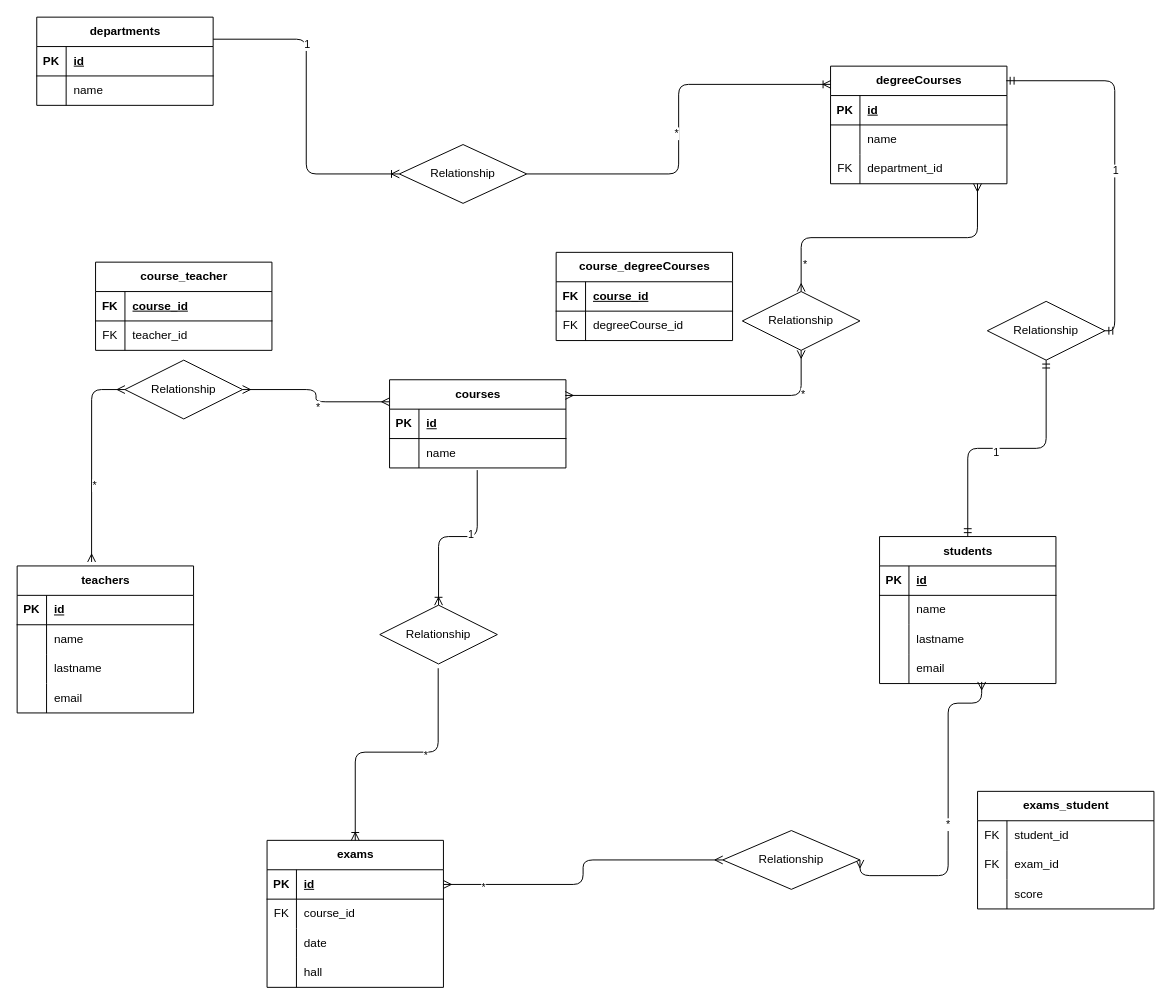
The draw.io diagram university.DRAWIO in NavodContrath/db-university, before the edit. Source tidied: cells renumbered, new cells numbered last; positions are measured from the earlier drawing's top-left corner, leaving out a move shared by most shapes. Both pictures are drawn from the tidied source at 98%, with x=0, y=0 at pixel (17, 17).
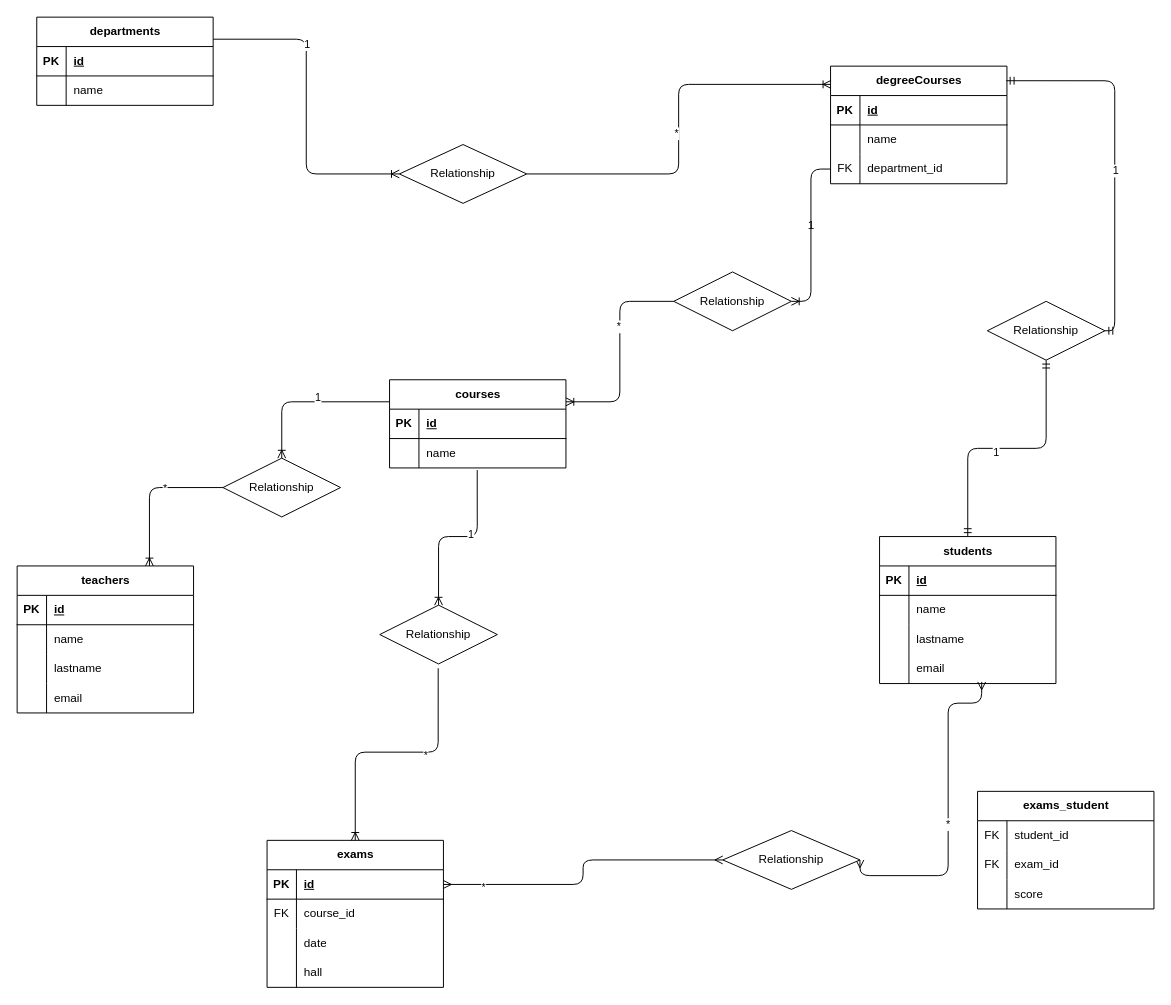
After the change.

Commit message:
feat: update university diagram to reflect new relationships and remove deprecated entities

The change refers to these unchanged cells:
```xml
<mxCell id="16" style="shape=tableRow;horizontal=0;startSize=0;swimlaneHead=0;swimlaneBody=0;fillColor=none;points=[[0,0.5],[1,0.5]];portConstraint=eastwest;top=0;left=0;right=0;bottom=0;" parent="9" vertex="1">
  <mxGeometry y="90" width="180" height="30" as="geometry" />
</mxCell>
<mxCell id="19" value="courses" style="shape=table;startSize=30;childLayout=tableLayout;rowLines=0;fontStyle=1;align=center;html=1;" parent="1" vertex="1">
  <mxGeometry x="380" y="370" width="180" height="90" as="geometry" />
</mxCell>
<mxCell id="33" value="teachers" style="shape=table;startSize=30;childLayout=tableLayout;rowLines=0;fontStyle=1;align=center;html=1;" parent="1" vertex="1">
  <mxGeometry y="560" width="180" height="150" as="geometry" />
</mxCell>
```

The edit, as a diff of the source:
```diff
@@
-    <mxCell id="26" value="course_degreeCourses" style="shape=table;startSize=30;childLayout=tableLayout;rowLines=0;fontStyle=1;align=center;html=1;" parent="1" vertex="1">
-      <mxGeometry x="550" y="240" width="180" height="90" as="geometry" />
-    </mxCell>
-    <mxCell id="27" style="shape=tableRow;horizontal=0;startSize=0;swimlaneHead=0;swimlaneBody=0;fillColor=none;top=0;left=0;right=0;bottom=1;" parent="26" vertex="1">
-      <mxGeometry y="30" width="180" height="30" as="geometry" />
-    </mxCell>
-    <mxCell id="28" value="FK" style="shape=partialRectangle;fillColor=none;top=0;left=0;bottom=0;right=0;fontStyle=1;overflow=hidden;whiteSpace=wrap;html=1;" parent="27" vertex="1">
-      <mxGeometry width="30" height="30" as="geometry" />
-    </mxCell>
-    <mxCell id="29" value="course_id" style="shape=partialRectangle;fillColor=none;top=0;left=0;bottom=0;right=0;align=left;spacingLeft=6;fontStyle=5;overflow=hidden;whiteSpace=wrap;html=1;" parent="27" vertex="1">
-      <mxGeometry x="30" width="150" height="30" as="geometry" />
-    </mxCell>
-    <mxCell id="30" style="shape=tableRow;horizontal=0;startSize=0;swimlaneHead=0;swimlaneBody=0;fillColor=none;top=0;left=0;right=0;bottom=0;" parent="26" vertex="1">
-      <mxGeometry y="60" width="180" height="30" as="geometry" />
-    </mxCell>
-    <mxCell id="31" value="FK" style="shape=partialRectangle;fillColor=none;top=0;left=0;bottom=0;right=0;overflow=hidden;whiteSpace=wrap;html=1;" parent="30" vertex="1">
-      <mxGeometry width="30" height="30" as="geometry" />
-    </mxCell>
-    <mxCell id="32" value="degreeCourse_id" style="shape=partialRectangle;fillColor=none;top=0;left=0;bottom=0;right=0;align=left;spacingLeft=6;overflow=hidden;whiteSpace=wrap;html=1;" parent="30" vertex="1">
-      <mxGeometry x="30" width="150" height="30" as="geometry" />
-    </mxCell>
@@
-    <mxCell id="59" value="course_teacher" style="shape=table;startSize=30;childLayout=tableLayout;rowLines=0;fontStyle=1;align=center;html=1;" parent="1" vertex="1">
-      <mxGeometry x="80" y="250" width="180" height="90" as="geometry" />
-    </mxCell>
-    <mxCell id="60" style="shape=tableRow;horizontal=0;startSize=0;swimlaneHead=0;swimlaneBody=0;fillColor=none;top=0;left=0;right=0;bottom=1;" parent="59" vertex="1">
-      <mxGeometry y="30" width="180" height="30" as="geometry" />
-    </mxCell>
-    <mxCell id="61" value="FK" style="shape=partialRectangle;fillColor=none;top=0;left=0;bottom=0;right=0;fontStyle=1;overflow=hidden;whiteSpace=wrap;html=1;" parent="60" vertex="1">
-      <mxGeometry width="30" height="30" as="geometry" />
-    </mxCell>
-    <mxCell id="62" value="course_id" style="shape=partialRectangle;fillColor=none;top=0;left=0;bottom=0;right=0;align=left;spacingLeft=6;fontStyle=5;overflow=hidden;whiteSpace=wrap;html=1;" parent="60" vertex="1">
-      <mxGeometry x="30" width="150" height="30" as="geometry" />
-    </mxCell>
-    <mxCell id="63" style="shape=tableRow;horizontal=0;startSize=0;swimlaneHead=0;swimlaneBody=0;fillColor=none;top=0;left=0;right=0;bottom=0;" parent="59" vertex="1">
-      <mxGeometry y="60" width="180" height="30" as="geometry" />
-    </mxCell>
-    <mxCell id="64" value="FK" style="shape=partialRectangle;fillColor=none;top=0;left=0;bottom=0;right=0;overflow=hidden;whiteSpace=wrap;html=1;" parent="63" vertex="1">
-      <mxGeometry width="30" height="30" as="geometry" />
-    </mxCell>
-    <mxCell id="65" value="teacher_id" style="shape=partialRectangle;fillColor=none;top=0;left=0;bottom=0;right=0;align=left;spacingLeft=6;overflow=hidden;whiteSpace=wrap;html=1;" parent="63" vertex="1">
-      <mxGeometry x="30" width="150" height="30" as="geometry" />
-    </mxCell>
@@
-    <mxCell id="84" style="edgeStyle=orthogonalEdgeStyle;fontSize=12;html=1;endArrow=ERmany;startArrow=ERmany;entryX=0.833;entryY=1;entryDx=0;entryDy=0;entryPerimeter=0;exitX=0.5;exitY=0;exitDx=0;exitDy=0;" parent="1" edge="1" source="88" target="16">
-      <mxGeometry relative="1" as="geometry" />
-    </mxCell>
-    <mxCell id="85" value="*" style="edgeLabel;html=1;align=center;verticalAlign=middle;" parent="84" vertex="1">
-      <mxGeometry x="-0.8" y="-3" relative="1" as="geometry" />
-    </mxCell>
-    <mxCell id="86" style="edgeStyle=orthogonalEdgeStyle;fontSize=12;html=1;endArrow=ERmany;startArrow=ERmany;exitX=0.996;exitY=0.178;exitDx=0;exitDy=0;exitPerimeter=0;entryX=0.5;entryY=1;entryDx=0;entryDy=0;" parent="1" edge="1" source="19" target="88">
-      <mxGeometry relative="1" as="geometry" />
-    </mxCell>
-    <mxCell id="87" value="*" style="edgeLabel;html=1;align=center;verticalAlign=middle;" parent="86" vertex="1">
-      <mxGeometry x="0.69" y="-1" relative="1" as="geometry" />
-    </mxCell>
-    <mxCell id="88" value="Relationship" style="shape=rhombus;perimeter=rhombusPerimeter;whiteSpace=wrap;html=1;align=center;" parent="1" vertex="1">
-      <mxGeometry x="740" y="280" width="120" height="60" as="geometry" />
-    </mxCell>
-    <mxCell id="89" style="fontSize=12;html=1;endArrow=ERmany;startArrow=ERmany;entryX=0;entryY=0.25;entryDx=0;entryDy=0;exitX=1;exitY=0.5;exitDx=0;exitDy=0;edgeStyle=orthogonalEdgeStyle;" parent="1" edge="1" source="93" target="19">
-      <mxGeometry relative="1" as="geometry" />
-    </mxCell>
-    <mxCell id="90" value="*" style="edgeLabel;html=1;align=center;verticalAlign=middle;" parent="89" vertex="1">
-      <mxGeometry x="0.09" y="-5" relative="1" as="geometry" />
-    </mxCell>
-    <mxCell id="91" style="fontSize=12;html=1;endArrow=ERmany;startArrow=ERmany;entryX=0;entryY=0.5;entryDx=0;entryDy=0;exitX=0.422;exitY=-0.027;exitDx=0;exitDy=0;exitPerimeter=0;edgeStyle=orthogonalEdgeStyle;" parent="1" edge="1" source="33" target="93">
-      <mxGeometry relative="1" as="geometry" />
-    </mxCell>
-    <mxCell id="92" value="*" style="edgeLabel;html=1;align=center;verticalAlign=middle;" parent="91" vertex="1">
-      <mxGeometry x="-0.26" y="-3" relative="1" as="geometry" />
-    </mxCell>
-    <mxCell id="93" value="Relationship" style="shape=rhombus;perimeter=rhombusPerimeter;whiteSpace=wrap;html=1;align=center;" parent="1" vertex="1">
-      <mxGeometry x="110" y="350" width="120" height="60" as="geometry" />
-    </mxCell>
@@
+    <mxCell id="119" style="edgeStyle=orthogonalEdgeStyle;fontSize=12;html=1;endArrow=ERoneToMany;exitX=0;exitY=0.5;exitDx=0;exitDy=0;entryX=0.75;entryY=0;entryDx=0;entryDy=0;" parent="1" edge="1" source="128" target="33">
+      <mxGeometry relative="1" as="geometry" />
+    </mxCell>
+    <mxCell id="120" value="*" style="edgeLabel;html=1;align=center;verticalAlign=middle;" parent="119" vertex="1">
+      <mxGeometry x="-0.23" relative="1" as="geometry" />
+    </mxCell>
+    <mxCell id="121" style="edgeStyle=orthogonalEdgeStyle;fontSize=12;html=1;endArrow=ERoneToMany;exitX=0;exitY=0.5;exitDx=0;exitDy=0;entryX=1;entryY=0.25;entryDx=0;entryDy=0;" parent="1" edge="1" source="124" target="19">
+      <mxGeometry relative="1" as="geometry" />
+    </mxCell>
+    <mxCell id="122" value="*" style="edgeLabel;html=1;align=center;verticalAlign=middle;" parent="121" vertex="1">
+      <mxGeometry x="-0.24" y="-2" relative="1" as="geometry">
+        <mxPoint y="-1" as="offset" />
+      </mxGeometry>
+    </mxCell>
+    <mxCell id="123" style="edgeStyle=orthogonalEdgeStyle;fontSize=12;html=1;endArrow=ERoneToMany;exitX=0;exitY=0.5;exitDx=0;exitDy=0;entryX=1;entryY=0.5;entryDx=0;entryDy=0;" parent="1" edge="1" source="16" target="124">
+      <mxGeometry relative="1" as="geometry" />
+    </mxCell>
+    <mxCell id="124" value="Relationship" style="shape=rhombus;perimeter=rhombusPerimeter;whiteSpace=wrap;html=1;align=center;" parent="1" vertex="1">
+      <mxGeometry x="670" y="260" width="120" height="60" as="geometry" />
+    </mxCell>
+    <mxCell id="125" value="1" style="text;html=1;align=center;verticalAlign=middle;strokeColor=none;fillColor=none;" parent="1" vertex="1">
+      <mxGeometry x="795" y="198" width="30" height="30" as="geometry" />
+    </mxCell>
+    <mxCell id="126" style="edgeStyle=orthogonalEdgeStyle;fontSize=12;html=1;endArrow=ERoneToMany;exitX=0;exitY=0.25;exitDx=0;exitDy=0;entryX=0.5;entryY=0;entryDx=0;entryDy=0;" parent="1" edge="1" source="19" target="128">
+      <mxGeometry relative="1" as="geometry" />
+    </mxCell>
+    <mxCell id="127" value="1" style="edgeLabel;html=1;align=center;verticalAlign=middle;" parent="126" vertex="1">
+      <mxGeometry x="-0.12" y="-5" relative="1" as="geometry" />
+    </mxCell>
+    <mxCell id="128" value="Relationship" style="shape=rhombus;perimeter=rhombusPerimeter;whiteSpace=wrap;html=1;align=center;" parent="1" vertex="1">
+      <mxGeometry x="210" y="450" width="120" height="60" as="geometry" />
+    </mxCell>
```
